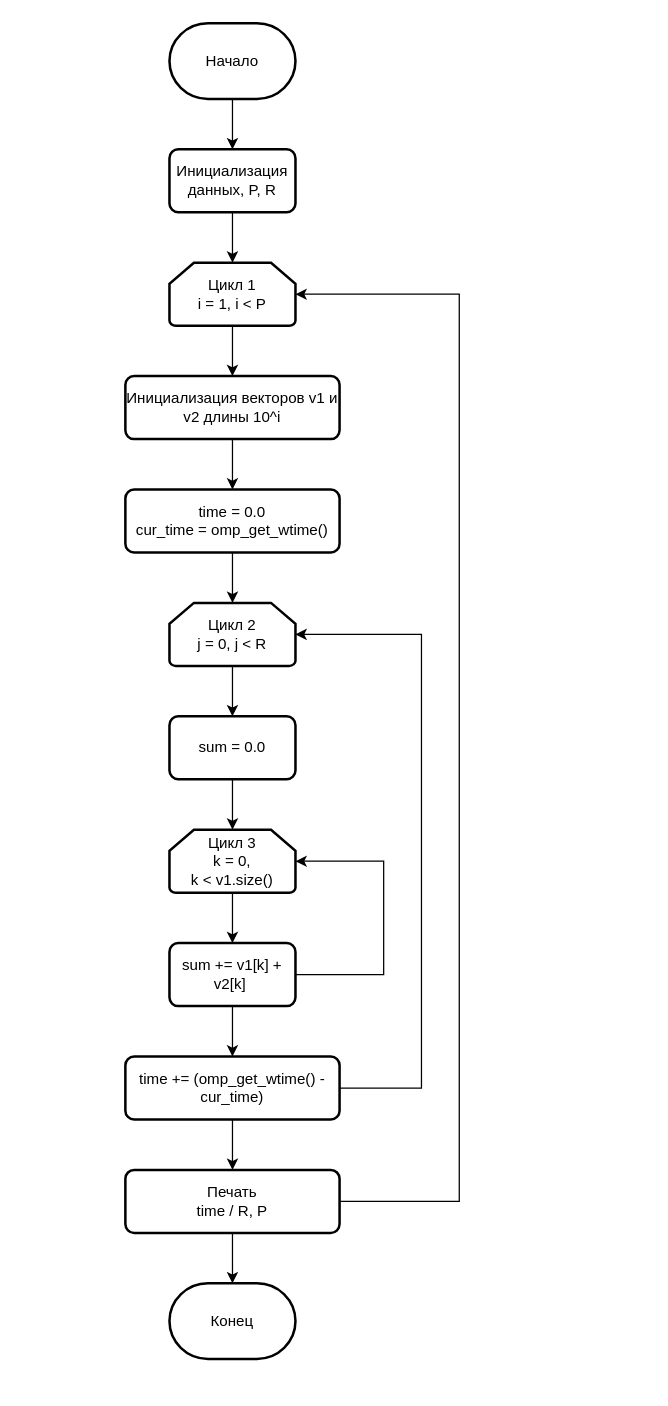
Above: TestSQL/Panin_PA.drawio in dyukoffv4/KustKust (draw.io), before the change. Source tidied: cells renumbered, new cells numbered last; positions are measured from the earlier drawing's top-left corner, leaving out a move shared by most shapes. Both pictures are drawn from the tidied source at 126%, with x=0, y=0 at pixel (125, 23).
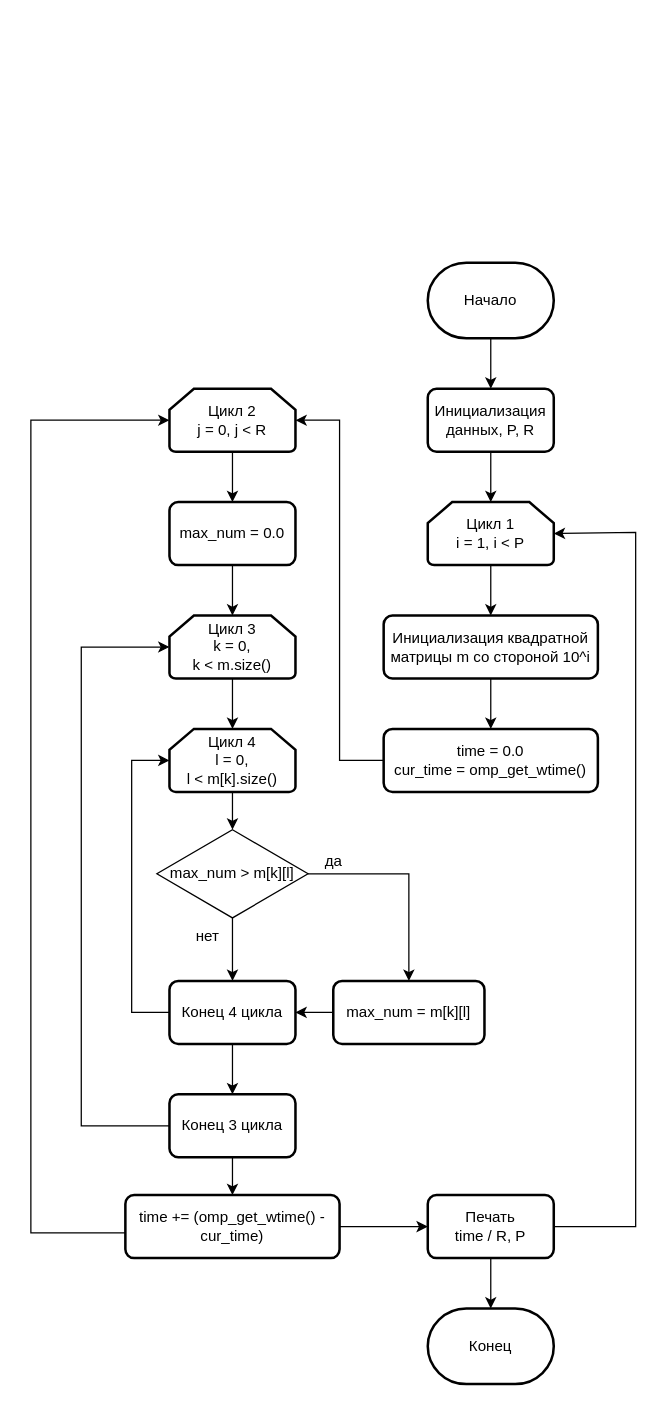
The same page after the edit.

The edit, as a diff of the source:
```diff
@@
     <mxCell id="3" value="Начало" style="strokeWidth=2;html=1;shape=mxgraph.flowchart.terminator;whiteSpace=wrap;" parent="1" vertex="1">
-      <mxGeometry x="35" width="100" height="60" as="geometry" />
+      <mxGeometry x="240" y="190" width="100" height="60" as="geometry" />
     </mxCell>
@@
     <mxCell id="5" value="Инициализация данных, P, R" style="rounded=1;whiteSpace=wrap;html=1;absoluteArcSize=1;arcSize=14;strokeWidth=2;" parent="1" vertex="1">
-      <mxGeometry x="35" y="100" width="100" height="50" as="geometry" />
+      <mxGeometry x="240" y="290" width="100" height="50" as="geometry" />
     </mxCell>
@@
     <mxCell id="7" value="Цикл 1&lt;br&gt;i = 1, i &amp;lt; P" style="strokeWidth=2;html=1;shape=mxgraph.flowchart.loop_limit;whiteSpace=wrap;" parent="1" vertex="1">
-      <mxGeometry x="35" y="190" width="100" height="50" as="geometry" />
+      <mxGeometry x="240" y="380" width="100" height="50" as="geometry" />
     </mxCell>
@@
     <mxCell id="9" value="Цикл 2&lt;br&gt;j = 0, j &amp;lt; R" style="strokeWidth=2;html=1;shape=mxgraph.flowchart.loop_limit;whiteSpace=wrap;" parent="1" vertex="1">
-      <mxGeometry x="35" y="460" width="100" height="50" as="geometry" />
+      <mxGeometry x="35" y="290" width="100" height="50" as="geometry" />
     </mxCell>
-    <mxCell id="10" style="edgeStyle=orthogonalEdgeStyle;rounded=0;jettySize=auto;html=1;entryX=0.5;entryY=0;entryDx=0;entryDy=0;" parent="1" edge="1" source="11" target="13">
-      <mxGeometry relative="1" as="geometry" />
-    </mxCell>
-    <mxCell id="11" value="Цикл 3&lt;br&gt;k = 0,&lt;br&gt;k &amp;lt; v1.size()" style="strokeWidth=2;html=1;shape=mxgraph.flowchart.loop_limit;whiteSpace=wrap;" parent="1" vertex="1">
-      <mxGeometry x="35" y="640" width="100" height="50" as="geometry" />
+    <mxCell id="11" value="Цикл 3&lt;br&gt;k = 0,&lt;br&gt;k &amp;lt; m.size()" style="strokeWidth=2;html=1;shape=mxgraph.flowchart.loop_limit;whiteSpace=wrap;" parent="1" vertex="1">
+      <mxGeometry x="35" y="470" width="100" height="50" as="geometry" />
     </mxCell>
-    <mxCell id="12" style="edgeStyle=orthogonalEdgeStyle;rounded=0;jettySize=auto;html=1;entryX=0.5;entryY=0;entryDx=0;entryDy=0;" parent="1" edge="1" source="13" target="19">
-      <mxGeometry relative="1" as="geometry" />
-    </mxCell>
+    <mxCell id="28" style="edgeStyle=orthogonalEdgeStyle;rounded=0;jettySize=auto;html=1;entryX=1;entryY=0.5;entryDx=0;entryDy=0;" parent="1" edge="1" source="13" target="38">
+      <mxGeometry relative="1" as="geometry" />
+    </mxCell>
-    <mxCell id="13" value="sum += v1[k] + v2[k]&amp;nbsp;" style="rounded=1;whiteSpace=wrap;html=1;absoluteArcSize=1;arcSize=14;strokeWidth=2;" parent="1" vertex="1">
-      <mxGeometry x="35" y="730" width="100" height="50" as="geometry" />
+    <mxCell id="13" value="max_num = m[k][l]" style="rounded=1;whiteSpace=wrap;html=1;absoluteArcSize=1;arcSize=14;strokeWidth=2;" parent="1" vertex="1">
+      <mxGeometry x="165" y="760" width="120" height="50" as="geometry" />
     </mxCell>
-    <mxCell id="14" value="sum = 0.0" style="rounded=1;whiteSpace=wrap;html=1;absoluteArcSize=1;arcSize=14;strokeWidth=2;" parent="1" vertex="1">
-      <mxGeometry x="35" y="550" width="100" height="50" as="geometry" />
+    <mxCell id="14" value="max_num = 0.0" style="rounded=1;whiteSpace=wrap;html=1;absoluteArcSize=1;arcSize=14;strokeWidth=2;" parent="1" vertex="1">
+      <mxGeometry x="35" y="380" width="100" height="50" as="geometry" />
     </mxCell>
@@
-    <mxCell id="16" value="Инициализация векторов v1 и v2 длины 10^i" style="rounded=1;whiteSpace=wrap;html=1;absoluteArcSize=1;arcSize=14;strokeWidth=2;" parent="1" vertex="1">
-      <mxGeometry y="280" width="170" height="50" as="geometry" />
+    <mxCell id="16" value="Инициализация квадратной матрицы m со стороной 10^i" style="rounded=1;whiteSpace=wrap;html=1;absoluteArcSize=1;arcSize=14;strokeWidth=2;" parent="1" vertex="1">
+      <mxGeometry x="205" y="470" width="170" height="50" as="geometry" />
     </mxCell>
     <mxCell id="17" value="time = 0.0&lt;br&gt;cur_time = omp_get_wtime()" style="rounded=1;whiteSpace=wrap;html=1;absoluteArcSize=1;arcSize=14;strokeWidth=2;" parent="1" vertex="1">
-      <mxGeometry y="370" width="170" height="50" as="geometry" />
+      <mxGeometry x="205" y="560" width="170" height="50" as="geometry" />
     </mxCell>
-    <mxCell id="18" style="edgeStyle=orthogonalEdgeStyle;rounded=0;jettySize=auto;html=1;entryX=0.5;entryY=0;entryDx=0;entryDy=0;" parent="1" edge="1" source="19" target="20">
-      <mxGeometry relative="1" as="geometry" />
+    <mxCell id="18" style="edgeStyle=orthogonalEdgeStyle;rounded=0;jettySize=auto;html=1;entryX=0;entryY=0.5;entryDx=0;entryDy=0;exitX=1;exitY=0.5;exitDx=0;exitDy=0;" parent="1" edge="1" source="19" target="20">
+      <mxGeometry relative="1" as="geometry">
+        <Array as="points">
+          <mxPoint x="195" y="955" />
+          <mxPoint x="195" y="955" />
+        </Array>
+      </mxGeometry>
     </mxCell>
     <mxCell id="19" value="time += (omp_get_wtime() - cur_time)" style="rounded=1;whiteSpace=wrap;html=1;absoluteArcSize=1;arcSize=14;strokeWidth=2;" parent="1" vertex="1">
-      <mxGeometry y="820" width="170" height="50" as="geometry" />
+      <mxGeometry y="930" width="170" height="50" as="geometry" />
     </mxCell>
     <mxCell id="20" value="Печать&lt;br&gt;time / R, P" style="rounded=1;whiteSpace=wrap;html=1;absoluteArcSize=1;arcSize=14;strokeWidth=2;" parent="1" vertex="1">
-      <mxGeometry y="910" width="170" height="50" as="geometry" />
+      <mxGeometry x="240" y="930" width="100" height="50" as="geometry" />
     </mxCell>
     <mxCell id="21" value="Конец" style="strokeWidth=2;html=1;shape=mxgraph.flowchart.terminator;whiteSpace=wrap;" parent="1" vertex="1">
-      <mxGeometry x="35" y="1000" width="100" height="60" as="geometry" />
+      <mxGeometry x="240" y="1020" width="100" height="60" as="geometry" />
     </mxCell>
-    <mxCell id="22" style="edgeStyle=orthogonalEdgeStyle;rounded=0;jettySize=auto;html=1;entryX=0.5;entryY=0;entryDx=0;entryDy=0;entryPerimeter=0;" parent="1" edge="1" source="17" target="9">
-      <mxGeometry relative="1" as="geometry" />
+    <mxCell id="22" style="edgeStyle=orthogonalEdgeStyle;rounded=0;jettySize=auto;html=1;entryX=1;entryY=0.5;entryDx=0;entryDy=0;entryPerimeter=0;" parent="1" edge="1" source="17" target="9">
+      <mxGeometry relative="1" as="geometry">
+        <Array as="points">
+          <mxPoint x="170" y="585" />
+          <mxPoint x="170" y="315" />
+        </Array>
+      </mxGeometry>
     </mxCell>
@@
-    <mxCell id="24" style="edgeStyle=orthogonalEdgeStyle;rounded=0;jettySize=auto;html=1;entryX=0.5;entryY=0;entryDx=0;entryDy=0;entryPerimeter=0;" parent="1" edge="1" source="20" target="21">
-      <mxGeometry relative="1" as="geometry" />
+    <mxCell id="24" style="edgeStyle=orthogonalEdgeStyle;rounded=0;jettySize=auto;html=1;entryX=0.5;entryY=0;entryDx=0;entryDy=0;entryPerimeter=0;" parent="1" edge="1" source="20">
+      <mxGeometry relative="1" as="geometry">
+        <mxPoint x="290" y="1020" as="targetPoint" />
+      </mxGeometry>
     </mxCell>
     <mxCell id="25" style="edgeStyle=orthogonalEdgeStyle;rounded=0;jettySize=auto;html=1;entryX=1;entryY=0.5;entryDx=0;entryDy=0;entryPerimeter=0;" parent="1" edge="1" source="20" target="7">
       <mxGeometry relative="1" as="geometry">
         <Array as="points">
-          <mxPoint x="265" y="935" />
-          <mxPoint x="265" y="215" />
+          <mxPoint x="405" y="955" />
+          <mxPoint x="405" y="404" />
+          <mxPoint x="340" y="404" />
         </Array>
       </mxGeometry>
     </mxCell>
-    <mxCell id="26" style="edgeStyle=orthogonalEdgeStyle;rounded=0;jettySize=auto;html=1;entryX=1;entryY=0.5;entryDx=0;entryDy=0;entryPerimeter=0;" parent="1" edge="1" source="19" target="9">
+    <mxCell id="26" style="edgeStyle=orthogonalEdgeStyle;rounded=0;jettySize=auto;html=1;entryX=0;entryY=0.5;entryDx=0;entryDy=0;entryPerimeter=0;" parent="1" edge="1" source="19" target="9">
       <mxGeometry relative="1" as="geometry">
         <Array as="points">
-          <mxPoint x="235" y="845" />
-          <mxPoint x="235" y="485" />
+          <mxPoint x="-75" y="960" />
+          <mxPoint x="-75" y="315" />
         </Array>
       </mxGeometry>
     </mxCell>
-    <mxCell id="27" style="edgeStyle=orthogonalEdgeStyle;rounded=0;jettySize=auto;html=1;entryX=1;entryY=0.5;entryDx=0;entryDy=0;entryPerimeter=0;" parent="1" edge="1" source="13" target="11">
-      <mxGeometry relative="1" as="geometry">
-        <Array as="points">
-          <mxPoint x="205" y="755" />
-          <mxPoint x="205" y="665" />
-        </Array>
-      </mxGeometry>
-    </mxCell>
+    <mxCell id="29" style="edgeStyle=orthogonalEdgeStyle;rounded=0;jettySize=auto;html=1;entryX=0.5;entryY=0;entryDx=0;entryDy=0;" parent="1" edge="1" source="30" target="33">
+      <mxGeometry relative="1" as="geometry" />
+    </mxCell>
+    <mxCell id="30" value="Цикл 4&lt;br&gt;l = 0,&lt;br&gt;l &amp;lt; m[k].size()" style="strokeWidth=2;html=1;shape=mxgraph.flowchart.loop_limit;whiteSpace=wrap;" parent="1" vertex="1">
+      <mxGeometry x="35" y="560" width="100" height="50" as="geometry" />
+    </mxCell>
+    <mxCell id="31" style="edgeStyle=orthogonalEdgeStyle;rounded=0;jettySize=auto;html=1;entryX=0.5;entryY=0;entryDx=0;entryDy=0;" parent="1" edge="1" source="33" target="13">
+      <mxGeometry relative="1" as="geometry">
+        <Array as="points">
+          <mxPoint x="225" y="675" />
+        </Array>
+      </mxGeometry>
+    </mxCell>
+    <mxCell id="32" style="edgeStyle=orthogonalEdgeStyle;rounded=0;jettySize=auto;html=1;entryX=0.5;entryY=0;entryDx=0;entryDy=0;" parent="1" edge="1" source="33" target="38">
+      <mxGeometry relative="1" as="geometry" />
+    </mxCell>
+    <mxCell id="33" value="max_num &amp;gt; m[k][l]" style="rhombus;whiteSpace=wrap;html=1;" parent="1" vertex="1">
+      <mxGeometry x="25" y="640" width="120" height="70" as="geometry" />
+    </mxCell>
+    <mxCell id="34" style="edgeStyle=orthogonalEdgeStyle;rounded=0;jettySize=auto;html=1;entryX=0.5;entryY=0;entryDx=0;entryDy=0;entryPerimeter=0;" parent="1" edge="1" source="11" target="30">
+      <mxGeometry relative="1" as="geometry" />
+    </mxCell>
+    <mxCell id="35" value="нет" style="text;html=1;align=center;verticalAlign=middle;strokeColor=none;fillColor=none;" parent="1" vertex="1">
+      <mxGeometry x="45" y="710" width="40" height="30" as="geometry" />
+    </mxCell>
+    <mxCell id="36" value="да" style="text;html=1;align=center;verticalAlign=middle;strokeColor=none;fillColor=none;" parent="1" vertex="1">
+      <mxGeometry x="145" y="650" width="40" height="30" as="geometry" />
+    </mxCell>
+    <mxCell id="37" style="edgeStyle=orthogonalEdgeStyle;rounded=0;jettySize=auto;html=1;entryX=0.5;entryY=0;entryDx=0;entryDy=0;" parent="1" edge="1" source="38" target="40">
+      <mxGeometry relative="1" as="geometry" />
+    </mxCell>
+    <mxCell id="38" value="Конец 4 цикла" style="rounded=1;whiteSpace=wrap;html=1;absoluteArcSize=1;arcSize=14;strokeWidth=2;" parent="1" vertex="1">
+      <mxGeometry x="35" y="760" width="100" height="50" as="geometry" />
+    </mxCell>
+    <mxCell id="39" style="edgeStyle=orthogonalEdgeStyle;rounded=0;jettySize=auto;html=1;entryX=0.5;entryY=0;entryDx=0;entryDy=0;" parent="1" edge="1" source="40" target="19">
+      <mxGeometry relative="1" as="geometry" />
+    </mxCell>
+    <mxCell id="40" value="Конец 3 цикла" style="rounded=1;whiteSpace=wrap;html=1;absoluteArcSize=1;arcSize=14;strokeWidth=2;" parent="1" vertex="1">
+      <mxGeometry x="35" y="850" width="100" height="50" as="geometry" />
+    </mxCell>
+    <mxCell id="41" style="edgeStyle=orthogonalEdgeStyle;rounded=0;jettySize=auto;html=1;entryX=0;entryY=0.5;entryDx=0;entryDy=0;entryPerimeter=0;" parent="1" edge="1" source="40" target="11">
+      <mxGeometry relative="1" as="geometry">
+        <Array as="points">
+          <mxPoint x="-35" y="875" />
+          <mxPoint x="-35" y="495" />
+        </Array>
+      </mxGeometry>
+    </mxCell>
+    <mxCell id="42" style="edgeStyle=orthogonalEdgeStyle;rounded=0;jettySize=auto;html=1;entryX=0;entryY=0.5;entryDx=0;entryDy=0;entryPerimeter=0;" parent="1" edge="1" source="38" target="30">
+      <mxGeometry relative="1" as="geometry">
+        <Array as="points">
+          <mxPoint x="5" y="785" />
+          <mxPoint x="5" y="585" />
+        </Array>
+      </mxGeometry>
+    </mxCell>
```
